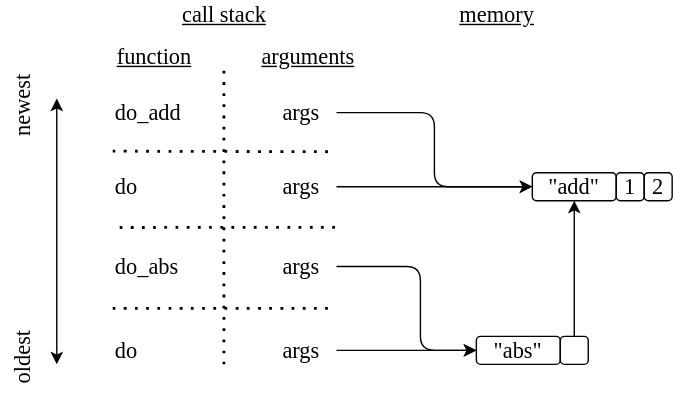
Above: docs/interpreter/interpreter_recursive_evaluation.svg in gvwilson/sdxpy (draw.io), before the change. Source tidied: cells renumbered, new cells last; positions are measured from the earlier drawing's top-left corner, leaving out a move shared by most shapes.
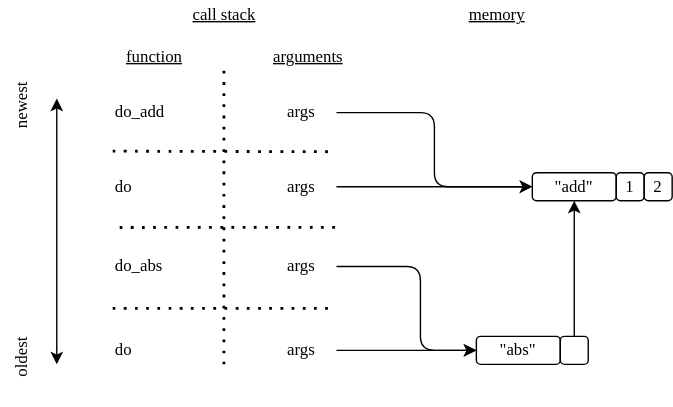
The same diagram one commit later.

Diff of the diagram source:
```diff
@@ -2,22 +2,22 @@
   <root>
     <mxCell id="0" />
     <mxCell id="1" parent="0" />
-    <mxCell id="2" value="&quot;abs&quot;" style="rounded=1;whiteSpace=wrap;html=1;sketch=0;hachureGap=4;fontFamily=Verdana;fontSize=16;fillColor=none;" parent="1" vertex="1">
+    <mxCell id="2" value="&quot;abs&quot;" style="rounded=1;whiteSpace=wrap;html=1;sketch=0;hachureGap=4;fontFamily=Verdana;fontSize=12;fillColor=none;" parent="1" vertex="1">
       <mxGeometry x="360" y="240" width="60" height="20" as="geometry" />
     </mxCell>
-    <mxCell id="3" style="rounded=1;whiteSpace=wrap;html=1;sketch=0;hachureGap=4;fontFamily=Verdana;fontSize=16;fillColor=none;" parent="1" vertex="1">
+    <mxCell id="3" style="rounded=1;whiteSpace=wrap;html=1;sketch=0;hachureGap=4;fontFamily=Verdana;fontSize=12;fillColor=none;" parent="1" vertex="1">
       <mxGeometry x="420" y="240" width="20" height="20" as="geometry" />
     </mxCell>
-    <mxCell id="4" value="1" style="rounded=1;whiteSpace=wrap;html=1;sketch=0;hachureGap=4;fontFamily=Verdana;fontSize=16;fillColor=none;" parent="1" vertex="1">
+    <mxCell id="4" value="1" style="rounded=1;whiteSpace=wrap;html=1;sketch=0;hachureGap=4;fontFamily=Verdana;fontSize=12;fillColor=none;" parent="1" vertex="1">
       <mxGeometry x="460" y="123" width="20" height="20" as="geometry" />
     </mxCell>
-    <mxCell id="5" value="2" style="rounded=1;whiteSpace=wrap;html=1;sketch=0;hachureGap=4;fontFamily=Verdana;fontSize=16;fillColor=none;" parent="1" vertex="1">
+    <mxCell id="5" value="2" style="rounded=1;whiteSpace=wrap;html=1;sketch=0;hachureGap=4;fontFamily=Verdana;fontSize=12;fillColor=none;" parent="1" vertex="1">
       <mxGeometry x="480" y="123" width="20" height="20" as="geometry" />
     </mxCell>
-    <mxCell id="6" value="args" style="rounded=1;whiteSpace=wrap;html=1;sketch=0;hachureGap=4;fontFamily=Verdana;fontSize=16;fillColor=none;strokeColor=none;" parent="1" vertex="1">
+    <mxCell id="6" value="args" style="rounded=1;whiteSpace=wrap;html=1;sketch=0;hachureGap=4;fontFamily=Verdana;fontSize=12;fillColor=none;strokeColor=none;" parent="1" vertex="1">
       <mxGeometry x="210" y="180" width="50" height="20" as="geometry" />
     </mxCell>
-    <mxCell id="7" style="endArrow=classic;html=1;rounded=1;sketch=0;hachureGap=4;fontFamily=Verdana;fontSize=16;sourcePerimeterSpacing=8;targetPerimeterSpacing=8;exitX=1;exitY=0.5;exitDx=0;exitDy=0;entryX=0;entryY=0.5;entryDx=0;entryDy=0;" parent="1" edge="1" source="6" target="2">
+    <mxCell id="7" style="endArrow=classic;html=1;rounded=1;sketch=0;hachureGap=4;fontFamily=Verdana;fontSize=12;sourcePerimeterSpacing=8;targetPerimeterSpacing=8;exitX=1;exitY=0.5;exitDx=0;exitDy=0;entryX=0;entryY=0.5;entryDx=0;entryDy=0;" parent="1" edge="1" source="6" target="2">
       <mxGeometry relative="1" as="geometry">
         <Array as="points">
           <mxPoint x="320" y="190" />
@@ -25,70 +25,70 @@
         </Array>
       </mxGeometry>
     </mxCell>
-    <mxCell id="8" value="do_abs" style="text;html=1;strokeColor=none;fillColor=none;align=left;verticalAlign=middle;whiteSpace=wrap;rounded=0;sketch=0;hachureGap=4;fontFamily=Verdana;fontSize=16;" parent="1" vertex="1">
+    <mxCell id="8" value="do_abs" style="text;html=1;strokeColor=none;fillColor=none;align=left;verticalAlign=middle;whiteSpace=wrap;rounded=0;sketch=0;hachureGap=4;fontFamily=Verdana;fontSize=12;" parent="1" vertex="1">
       <mxGeometry x="100" y="180" width="50" height="20" as="geometry" />
     </mxCell>
-    <mxCell id="9" style="endArrow=none;dashed=1;html=1;dashPattern=1 3;strokeWidth=2;rounded=0;sketch=0;hachureGap=4;fontFamily=Verdana;fontSize=16;sourcePerimeterSpacing=8;targetPerimeterSpacing=8;curved=1;" parent="1" edge="1">
+    <mxCell id="9" style="endArrow=none;dashed=1;html=1;dashPattern=1 3;strokeWidth=2;rounded=0;sketch=0;hachureGap=4;fontFamily=Verdana;fontSize=12;sourcePerimeterSpacing=8;targetPerimeterSpacing=8;curved=1;" parent="1" edge="1">
       <mxGeometry relative="1" as="geometry">
         <mxPoint x="100" y="107.6" as="sourcePoint" />
         <mxPoint x="260" y="108" as="targetPoint" />
       </mxGeometry>
     </mxCell>
-    <mxCell id="10" value="args" style="rounded=1;whiteSpace=wrap;html=1;sketch=0;hachureGap=4;fontFamily=Verdana;fontSize=16;fillColor=none;strokeColor=none;" parent="1" vertex="1">
+    <mxCell id="10" value="args" style="rounded=1;whiteSpace=wrap;html=1;sketch=0;hachureGap=4;fontFamily=Verdana;fontSize=12;fillColor=none;strokeColor=none;" parent="1" vertex="1">
       <mxGeometry x="210" y="70" width="50" height="20" as="geometry" />
     </mxCell>
-    <mxCell id="11" value="do_add" style="text;html=1;strokeColor=none;fillColor=none;align=left;verticalAlign=middle;whiteSpace=wrap;rounded=0;sketch=0;hachureGap=4;fontFamily=Verdana;fontSize=16;" parent="1" vertex="1">
+    <mxCell id="11" value="do_add" style="text;html=1;strokeColor=none;fillColor=none;align=left;verticalAlign=middle;whiteSpace=wrap;rounded=0;sketch=0;hachureGap=4;fontFamily=Verdana;fontSize=12;" parent="1" vertex="1">
       <mxGeometry x="100" y="70" width="50" height="20" as="geometry" />
     </mxCell>
-    <mxCell id="12" style="endArrow=none;dashed=1;html=1;dashPattern=1 3;strokeWidth=2;rounded=0;sketch=0;hachureGap=4;fontFamily=Verdana;fontSize=16;sourcePerimeterSpacing=8;targetPerimeterSpacing=8;curved=1;" parent="1" edge="1">
+    <mxCell id="12" style="endArrow=none;dashed=1;html=1;dashPattern=1 3;strokeWidth=2;rounded=0;sketch=0;hachureGap=4;fontFamily=Verdana;fontSize=12;sourcePerimeterSpacing=8;targetPerimeterSpacing=8;curved=1;" parent="1" edge="1">
       <mxGeometry relative="1" as="geometry">
         <mxPoint x="179.5" y="260" as="sourcePoint" />
         <mxPoint x="179.5" y="50" as="targetPoint" />
       </mxGeometry>
     </mxCell>
-    <mxCell id="13" value="&lt;u style=&quot;font-size: 16px;&quot;&gt;function&lt;/u&gt;" style="text;html=1;strokeColor=none;fillColor=none;align=center;verticalAlign=middle;whiteSpace=wrap;rounded=0;sketch=0;hachureGap=4;fontFamily=Verdana;fontSize=16;" parent="1" vertex="1">
+    <mxCell id="13" value="&lt;u style=&quot;font-size: 12px;&quot;&gt;function&lt;/u&gt;" style="text;html=1;strokeColor=none;fillColor=none;align=center;verticalAlign=middle;whiteSpace=wrap;rounded=0;sketch=0;hachureGap=4;fontFamily=Verdana;fontSize=12;" parent="1" vertex="1">
       <mxGeometry x="100" y="30" width="60" height="20" as="geometry" />
     </mxCell>
-    <mxCell id="14" value="&lt;u style=&quot;font-size: 16px;&quot;&gt;arguments&lt;/u&gt;" style="text;html=1;strokeColor=none;fillColor=none;align=center;verticalAlign=middle;whiteSpace=wrap;rounded=0;sketch=0;hachureGap=4;fontFamily=Verdana;fontSize=16;" parent="1" vertex="1">
+    <mxCell id="14" value="&lt;u style=&quot;font-size: 12px;&quot;&gt;arguments&lt;/u&gt;" style="text;html=1;strokeColor=none;fillColor=none;align=center;verticalAlign=middle;whiteSpace=wrap;rounded=0;sketch=0;hachureGap=4;fontFamily=Verdana;fontSize=12;" parent="1" vertex="1">
       <mxGeometry x="210" y="30" width="60" height="20" as="geometry" />
     </mxCell>
-    <mxCell id="15" value="call stack" style="text;html=1;strokeColor=none;fillColor=none;align=center;verticalAlign=middle;whiteSpace=wrap;rounded=0;sketch=0;hachureGap=4;fontFamily=Verdana;fontSize=16;fontStyle=4;" parent="1" vertex="1">
+    <mxCell id="15" value="call stack" style="text;html=1;strokeColor=none;fillColor=none;align=center;verticalAlign=middle;whiteSpace=wrap;rounded=0;sketch=0;hachureGap=4;fontFamily=Verdana;fontSize=12;fontStyle=4;" parent="1" vertex="1">
       <mxGeometry x="140" width="80" height="20" as="geometry" />
     </mxCell>
-    <mxCell id="16" value="memory" style="text;html=1;strokeColor=none;fillColor=none;align=center;verticalAlign=middle;whiteSpace=wrap;rounded=0;sketch=0;hachureGap=4;fontFamily=Verdana;fontSize=16;fontStyle=4;" parent="1" vertex="1">
+    <mxCell id="16" value="memory" style="text;html=1;strokeColor=none;fillColor=none;align=center;verticalAlign=middle;whiteSpace=wrap;rounded=0;sketch=0;hachureGap=4;fontFamily=Verdana;fontSize=12;fontStyle=4;" parent="1" vertex="1">
       <mxGeometry x="345" width="60" height="20" as="geometry" />
     </mxCell>
-    <mxCell id="17" value="args" style="rounded=1;whiteSpace=wrap;html=1;sketch=0;hachureGap=4;fontFamily=Verdana;fontSize=16;fillColor=none;strokeColor=none;" parent="1" vertex="1">
+    <mxCell id="17" value="args" style="rounded=1;whiteSpace=wrap;html=1;sketch=0;hachureGap=4;fontFamily=Verdana;fontSize=12;fillColor=none;strokeColor=none;" parent="1" vertex="1">
       <mxGeometry x="210" y="240" width="50" height="20" as="geometry" />
     </mxCell>
-    <mxCell id="18" value="do" style="text;html=1;strokeColor=none;fillColor=none;align=left;verticalAlign=middle;whiteSpace=wrap;rounded=0;sketch=0;hachureGap=4;fontFamily=Verdana;fontSize=16;" parent="1" vertex="1">
+    <mxCell id="18" value="do" style="text;html=1;strokeColor=none;fillColor=none;align=left;verticalAlign=middle;whiteSpace=wrap;rounded=0;sketch=0;hachureGap=4;fontFamily=Verdana;fontSize=12;" parent="1" vertex="1">
       <mxGeometry x="100" y="240" width="50" height="20" as="geometry" />
     </mxCell>
-    <mxCell id="19" value="args" style="rounded=1;whiteSpace=wrap;html=1;sketch=0;hachureGap=4;fontFamily=Verdana;fontSize=16;fillColor=none;strokeColor=none;" parent="1" vertex="1">
+    <mxCell id="19" value="args" style="rounded=1;whiteSpace=wrap;html=1;sketch=0;hachureGap=4;fontFamily=Verdana;fontSize=12;fillColor=none;strokeColor=none;" parent="1" vertex="1">
       <mxGeometry x="210" y="123" width="50" height="20" as="geometry" />
     </mxCell>
-    <mxCell id="20" value="do" style="text;html=1;strokeColor=none;fillColor=none;align=left;verticalAlign=middle;whiteSpace=wrap;rounded=0;sketch=0;hachureGap=4;fontFamily=Verdana;fontSize=16;" parent="1" vertex="1">
+    <mxCell id="20" value="do" style="text;html=1;strokeColor=none;fillColor=none;align=left;verticalAlign=middle;whiteSpace=wrap;rounded=0;sketch=0;hachureGap=4;fontFamily=Verdana;fontSize=12;" parent="1" vertex="1">
       <mxGeometry x="100" y="123" width="50" height="20" as="geometry" />
     </mxCell>
-    <mxCell id="21" style="endArrow=none;dashed=1;html=1;dashPattern=1 3;strokeWidth=2;rounded=0;sketch=0;hachureGap=4;fontFamily=Verdana;fontSize=16;sourcePerimeterSpacing=8;targetPerimeterSpacing=8;curved=1;" parent="1" edge="1">
+    <mxCell id="21" style="endArrow=none;dashed=1;html=1;dashPattern=1 3;strokeWidth=2;rounded=0;sketch=0;hachureGap=4;fontFamily=Verdana;fontSize=12;sourcePerimeterSpacing=8;targetPerimeterSpacing=8;curved=1;" parent="1" edge="1">
       <mxGeometry relative="1" as="geometry">
         <mxPoint x="105" y="162.2" as="sourcePoint" />
         <mxPoint x="260" y="162" as="targetPoint" />
       </mxGeometry>
     </mxCell>
-    <mxCell id="22" style="endArrow=none;dashed=1;html=1;dashPattern=1 3;strokeWidth=2;rounded=0;sketch=0;hachureGap=4;fontFamily=Verdana;fontSize=16;sourcePerimeterSpacing=8;targetPerimeterSpacing=8;curved=1;" parent="1" edge="1">
+    <mxCell id="22" style="endArrow=none;dashed=1;html=1;dashPattern=1 3;strokeWidth=2;rounded=0;sketch=0;hachureGap=4;fontFamily=Verdana;fontSize=12;sourcePerimeterSpacing=8;targetPerimeterSpacing=8;curved=1;" parent="1" edge="1">
       <mxGeometry relative="1" as="geometry">
         <mxPoint x="100" y="220" as="sourcePoint" />
         <mxPoint x="260" y="220" as="targetPoint" />
       </mxGeometry>
     </mxCell>
-    <mxCell id="23" style="endArrow=classic;html=1;rounded=1;sketch=0;hachureGap=4;fontFamily=Verdana;fontSize=16;sourcePerimeterSpacing=8;targetPerimeterSpacing=8;exitX=1;exitY=0.5;exitDx=0;exitDy=0;entryX=0;entryY=0.5;entryDx=0;entryDy=0;" parent="1" edge="1" source="17" target="2">
+    <mxCell id="23" style="endArrow=classic;html=1;rounded=1;sketch=0;hachureGap=4;fontFamily=Verdana;fontSize=12;sourcePerimeterSpacing=8;targetPerimeterSpacing=8;exitX=1;exitY=0.5;exitDx=0;exitDy=0;entryX=0;entryY=0.5;entryDx=0;entryDy=0;" parent="1" edge="1" source="17" target="2">
       <mxGeometry relative="1" as="geometry" />
     </mxCell>
-    <mxCell id="24" style="endArrow=classic;html=1;rounded=1;sketch=0;hachureGap=4;fontFamily=Verdana;fontSize=16;sourcePerimeterSpacing=8;targetPerimeterSpacing=8;exitX=1;exitY=0.5;exitDx=0;exitDy=0;entryX=0;entryY=0.5;entryDx=0;entryDy=0;" parent="1" edge="1" source="19" target="26">
+    <mxCell id="24" style="endArrow=classic;html=1;rounded=1;sketch=0;hachureGap=4;fontFamily=Verdana;fontSize=12;sourcePerimeterSpacing=8;targetPerimeterSpacing=8;exitX=1;exitY=0.5;exitDx=0;exitDy=0;entryX=0;entryY=0.5;entryDx=0;entryDy=0;" parent="1" edge="1" source="19" target="26">
       <mxGeometry relative="1" as="geometry" />
     </mxCell>
-    <mxCell id="25" style="endArrow=classic;html=1;rounded=1;sketch=0;hachureGap=4;fontFamily=Verdana;fontSize=16;sourcePerimeterSpacing=8;targetPerimeterSpacing=8;exitX=1;exitY=0.5;exitDx=0;exitDy=0;entryX=0;entryY=0.5;entryDx=0;entryDy=0;" parent="1" edge="1" source="10" target="26">
+    <mxCell id="25" style="endArrow=classic;html=1;rounded=1;sketch=0;hachureGap=4;fontFamily=Verdana;fontSize=12;sourcePerimeterSpacing=8;targetPerimeterSpacing=8;exitX=1;exitY=0.5;exitDx=0;exitDy=0;entryX=0;entryY=0.5;entryDx=0;entryDy=0;" parent="1" edge="1" source="10" target="26">
       <mxGeometry relative="1" as="geometry">
         <Array as="points">
           <mxPoint x="330" y="80" />
@@ -96,22 +96,22 @@
         </Array>
       </mxGeometry>
     </mxCell>
-    <mxCell id="26" value="&quot;add&quot;" style="rounded=1;whiteSpace=wrap;html=1;sketch=0;hachureGap=4;fontFamily=Verdana;fontSize=16;fillColor=none;" parent="1" vertex="1">
+    <mxCell id="26" value="&quot;add&quot;" style="rounded=1;whiteSpace=wrap;html=1;sketch=0;hachureGap=4;fontFamily=Verdana;fontSize=12;fillColor=none;" parent="1" vertex="1">
       <mxGeometry x="400" y="123" width="60" height="20" as="geometry" />
     </mxCell>
-    <mxCell id="27" style="endArrow=classic;html=1;rounded=0;sketch=0;fontFamily=Verdana;entryX=0.5;entryY=1;entryDx=0;entryDy=0;exitX=0.5;exitY=0;exitDx=0;exitDy=0;" parent="1" edge="1" source="3" target="26">
+    <mxCell id="27" style="endArrow=classic;html=1;rounded=0;sketch=0;fontFamily=Verdana;entryX=0.5;entryY=1;entryDx=0;entryDy=0;exitX=0.5;exitY=0;exitDx=0;exitDy=0;fontSize=12;" parent="1" edge="1" source="3" target="26">
       <mxGeometry relative="1" as="geometry" />
     </mxCell>
-    <mxCell id="28" style="endArrow=classic;startArrow=classic;html=1;rounded=0;sketch=0;fontFamily=Verdana;" parent="1" edge="1">
+    <mxCell id="28" style="endArrow=classic;startArrow=classic;html=1;rounded=0;sketch=0;fontFamily=Verdana;fontSize=12;" parent="1" edge="1">
       <mxGeometry relative="1" as="geometry">
         <mxPoint x="60" y="260" as="sourcePoint" />
         <mxPoint x="60" y="70" as="targetPoint" />
       </mxGeometry>
     </mxCell>
-    <mxCell id="29" value="oldest" style="text;html=1;strokeColor=none;fillColor=none;align=center;verticalAlign=middle;whiteSpace=wrap;rounded=0;fontFamily=Verdana;fontSize=16;rotation=-90;" parent="1" vertex="1">
+    <mxCell id="29" value="oldest" style="text;html=1;strokeColor=none;fillColor=none;align=center;verticalAlign=middle;whiteSpace=wrap;rounded=0;fontFamily=Verdana;fontSize=12;rotation=-90;" parent="1" vertex="1">
       <mxGeometry y="240" width="70" height="30" as="geometry" />
     </mxCell>
-    <mxCell id="30" value="newest" style="text;html=1;strokeColor=none;fillColor=none;align=center;verticalAlign=middle;whiteSpace=wrap;rounded=0;fontFamily=Verdana;fontSize=16;rotation=-90;" parent="1" vertex="1">
+    <mxCell id="30" value="newest" style="text;html=1;strokeColor=none;fillColor=none;align=center;verticalAlign=middle;whiteSpace=wrap;rounded=0;fontFamily=Verdana;fontSize=12;rotation=-90;" parent="1" vertex="1">
       <mxGeometry y="60" width="70" height="30" as="geometry" />
     </mxCell>
   </root>
```
